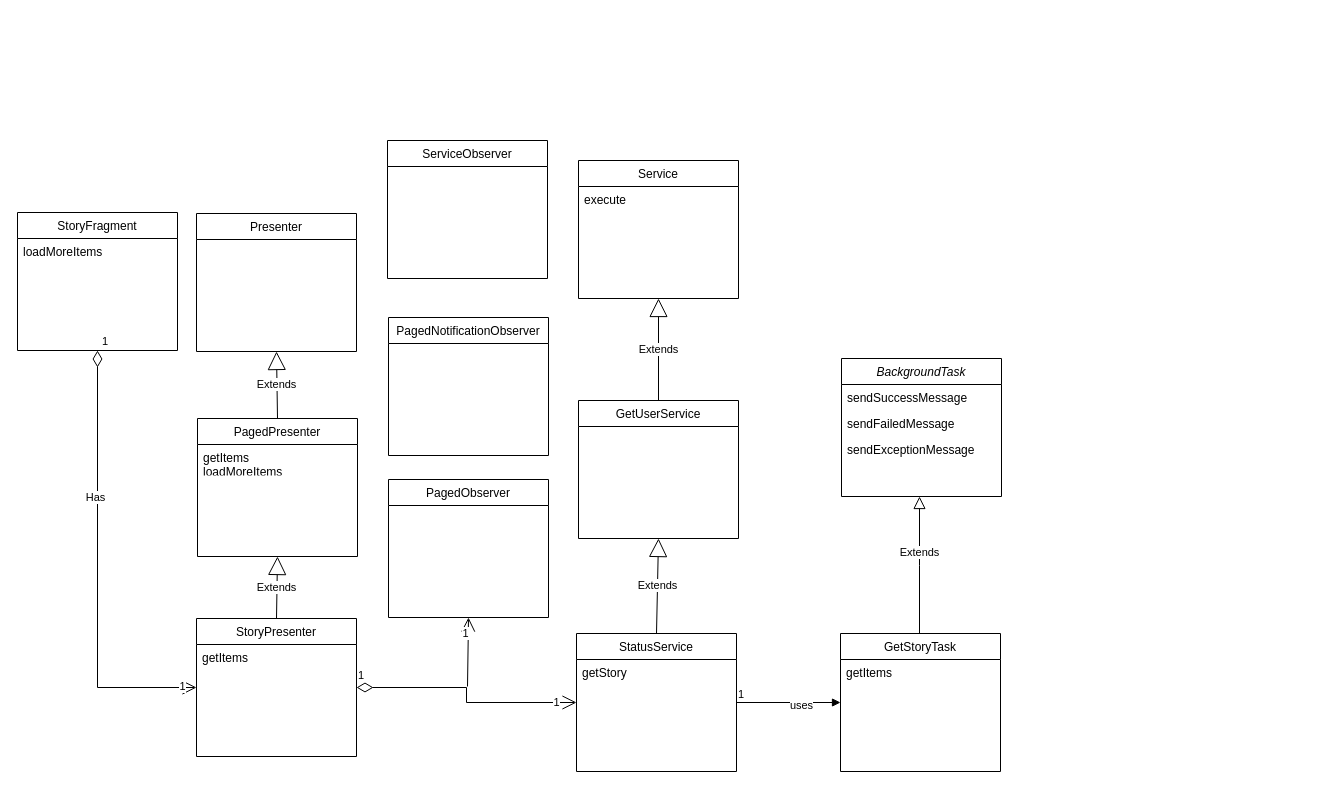
Earlier version of the draw.io diagram page "Page-1" (1 of 2) of Milestone2.drawio (GitLlamma/UML_Diagrams). Source tidied: cells renumbered, new cells numbered last; positions are measured from the earlier drawing's top-left corner, leaving out a move shared by most shapes. Both pictures are drawn from the tidied source at 100%, with x=0, y=0 at pixel (17, 140).
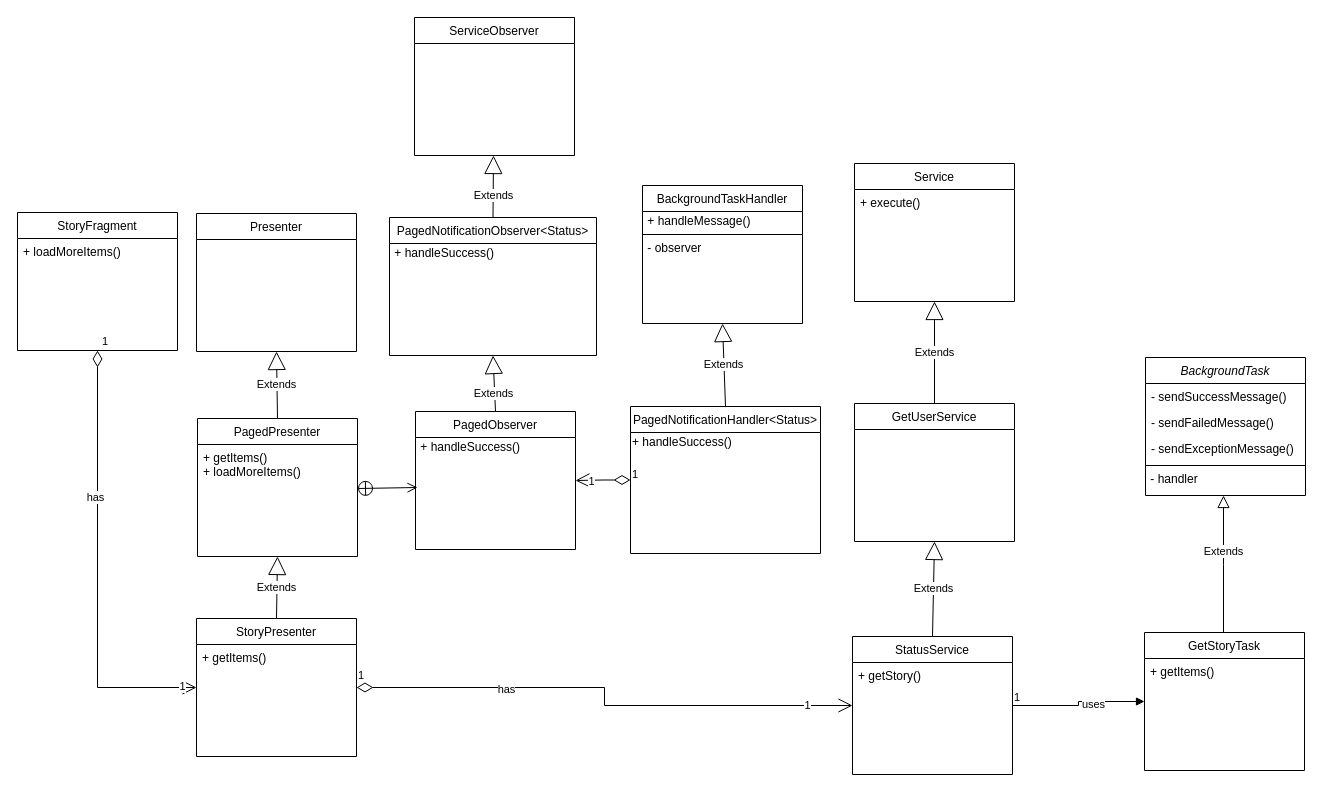
The same diagram, later.

Unchanged cells that the change refers to:
```xml
<mxCell id="15" value="StoryFragment" style="swimlane;fontStyle=0;align=center;verticalAlign=top;horizontal=1;startSize=26;rounded=0;shadow=0;strokeWidth=1;" parent="1" vertex="1">
  <mxGeometry y="72" width="160" height="138" as="geometry" />
</mxCell>
<mxCell id="17" value="StoryPresenter" style="swimlane;fontStyle=0;align=center;verticalAlign=top;horizontal=1;startSize=26;rounded=0;shadow=0;strokeWidth=1;" parent="1" vertex="1">
  <mxGeometry x="179" y="478" width="160" height="138" as="geometry" />
</mxCell>
<mxCell id="19" value="PagedPresenter" style="swimlane;fontStyle=0;align=center;verticalAlign=top;horizontal=1;startSize=26;rounded=0;shadow=0;strokeWidth=1;" parent="1" vertex="1">
  <mxGeometry x="180" y="278" width="160" height="138" as="geometry" />
</mxCell>
<mxCell id="24" value="1" style="endArrow=open;html=1;endSize=12;startArrow=diamondThin;startSize=14;startFill=0;edgeStyle=orthogonalEdgeStyle;align=left;verticalAlign=bottom;rounded=0;exitX=0.5;exitY=1;exitDx=0;exitDy=0;entryX=0;entryY=0.5;entryDx=0;entryDy=0;" parent="1" edge="1" source="15" target="17">
  <mxGeometry x="-1" y="3" relative="1" as="geometry" />
</mxCell>
<mxCell id="27" value="1" style="endArrow=open;html=1;endSize=12;startArrow=diamondThin;startSize=14;startFill=0;edgeStyle=orthogonalEdgeStyle;align=left;verticalAlign=bottom;rounded=0;entryX=0;entryY=0.5;entryDx=0;entryDy=0;exitX=1;exitY=0.5;exitDx=0;exitDy=0;" parent="1" edge="1" source="17" target="13">
  <mxGeometry x="-1" y="3" relative="1" as="geometry" />
</mxCell>
```

Change to the diagram source:
```diff
@@
     <mxCell id="2" value="BackgroundTask" style="swimlane;fontStyle=2;align=center;verticalAlign=top;horizontal=1;startSize=26;rounded=0;shadow=0;strokeWidth=1;" parent="1" vertex="1">
-      <mxGeometry x="824" y="218" width="160" height="138" as="geometry" />
+      <mxGeometry x="1128" y="217" width="160" height="138" as="geometry" />
     </mxCell>
-    <mxCell id="3" value="sendSuccessMessage" style="text;align=left;verticalAlign=top;spacingLeft=4;spacingRight=4;overflow=hidden;" parent="2" vertex="1">
+    <mxCell id="3" value="- sendSuccessMessage()" style="text;align=left;verticalAlign=top;spacingLeft=4;spacingRight=4;overflow=hidden;" parent="2" vertex="1">
       <mxGeometry y="26" width="160" height="26" as="geometry" />
     </mxCell>
-    <mxCell id="4" value="sendFailedMessage" style="text;align=left;verticalAlign=top;spacingLeft=4;spacingRight=4;overflow=hidden;rounded=0;shadow=0;html=0;" parent="2" vertex="1">
+    <mxCell id="4" value="- sendFailedMessage()" style="text;align=left;verticalAlign=top;spacingLeft=4;spacingRight=4;overflow=hidden;rounded=0;shadow=0;html=0;" parent="2" vertex="1">
       <mxGeometry y="52" width="160" height="26" as="geometry" />
     </mxCell>
-    <mxCell id="5" value="sendExceptionMessage" style="text;align=left;verticalAlign=top;spacingLeft=4;spacingRight=4;overflow=hidden;rounded=0;shadow=0;html=0;" parent="2" vertex="1">
+    <mxCell id="5" value="- sendExceptionMessage()" style="text;align=left;verticalAlign=top;spacingLeft=4;spacingRight=4;overflow=hidden;rounded=0;shadow=0;html=0;" parent="2" vertex="1">
       <mxGeometry y="78" width="160" height="26" as="geometry" />
     </mxCell>
+    <mxCell id="39" style="line;strokeWidth=1;fillColor=none;align=left;verticalAlign=middle;spacingTop=-1;spacingLeft=3;spacingRight=3;labelPosition=right;" parent="2" vertex="1">
+      <mxGeometry y="104" width="160" height="8" as="geometry" />
+    </mxCell>
+    <mxCell id="40" value="&amp;nbsp;- handler" style="text;html=1;align=left;verticalAlign=middle;strokeColor=none;fillColor=none;" parent="2" vertex="1">
+      <mxGeometry y="112" width="160" height="19" as="geometry" />
+    </mxCell>
     <mxCell id="6" value="GetStoryTask" style="swimlane;fontStyle=0;align=center;verticalAlign=top;horizontal=1;startSize=26;rounded=0;shadow=0;strokeWidth=1;" parent="1" vertex="1">
-      <mxGeometry x="823" y="493" width="160" height="138" as="geometry" />
+      <mxGeometry x="1127" y="492" width="160" height="138" as="geometry" />
     </mxCell>
-    <mxCell id="7" value="getItems" style="text;align=left;verticalAlign=top;spacingLeft=4;spacingRight=4;overflow=hidden;" parent="6" vertex="1">
+    <mxCell id="7" value="+ getItems()" style="text;align=left;verticalAlign=top;spacingLeft=4;spacingRight=4;overflow=hidden;" parent="6" vertex="1">
       <mxGeometry y="26" width="160" height="26" as="geometry" />
     </mxCell>
     <mxCell id="8" style="endArrow=block;endSize=10;endFill=0;shadow=0;strokeWidth=1;rounded=0;edgeStyle=elbowEdgeStyle;elbow=vertical;" parent="1" edge="1" source="6" target="2">
       <mxGeometry relative="1" as="geometry">
         <Array as="points">
-          <mxPoint x="902" y="425" />
+          <mxPoint x="1206" y="424" />
         </Array>
       </mxGeometry>
     </mxCell>
@@
     <mxCell id="10" value="Service&#10;" style="swimlane;fontStyle=0;align=center;verticalAlign=top;horizontal=1;startSize=26;rounded=0;shadow=0;strokeWidth=1;" parent="1" vertex="1">
-      <mxGeometry x="561" y="20" width="160" height="138" as="geometry" />
+      <mxGeometry x="837" y="23" width="160" height="138" as="geometry" />
     </mxCell>
-    <mxCell id="11" value="execute" style="text;align=left;verticalAlign=top;spacingLeft=4;spacingRight=4;overflow=hidden;" parent="10" vertex="1">
+    <mxCell id="11" value="+ execute()" style="text;align=left;verticalAlign=top;spacingLeft=4;spacingRight=4;overflow=hidden;" parent="10" vertex="1">
       <mxGeometry y="26" width="160" height="26" as="geometry" />
     </mxCell>
     <mxCell id="12" value="GetUserService" style="swimlane;fontStyle=0;align=center;verticalAlign=top;horizontal=1;startSize=26;rounded=0;shadow=0;strokeWidth=1;" parent="1" vertex="1">
-      <mxGeometry x="561" y="260" width="160" height="138" as="geometry" />
+      <mxGeometry x="837" y="263" width="160" height="138" as="geometry" />
     </mxCell>
     <mxCell id="13" value="StatusService&#10;" style="swimlane;fontStyle=0;align=center;verticalAlign=top;horizontal=1;startSize=26;rounded=0;shadow=0;strokeWidth=1;" parent="1" vertex="1">
-      <mxGeometry x="559" y="493" width="160" height="138" as="geometry" />
+      <mxGeometry x="835" y="496" width="160" height="138" as="geometry" />
     </mxCell>
-    <mxCell id="14" value="getStory" style="text;align=left;verticalAlign=top;spacingLeft=4;spacingRight=4;overflow=hidden;" parent="13" vertex="1">
+    <mxCell id="14" value="+ getStory()" style="text;align=left;verticalAlign=top;spacingLeft=4;spacingRight=4;overflow=hidden;" parent="13" vertex="1">
       <mxGeometry y="26" width="160" height="26" as="geometry" />
     </mxCell>
@@
-    <mxCell id="16" value="loadMoreItems" style="text;align=left;verticalAlign=top;spacingLeft=4;spacingRight=4;overflow=hidden;" parent="15" vertex="1">
+    <mxCell id="16" value="+ loadMoreItems()" style="text;align=left;verticalAlign=top;spacingLeft=4;spacingRight=4;overflow=hidden;" parent="15" vertex="1">
       <mxGeometry y="26" width="160" height="26" as="geometry" />
     </mxCell>
@@
-    <mxCell id="18" value="getItems" style="text;align=left;verticalAlign=top;spacingLeft=4;spacingRight=4;overflow=hidden;" parent="17" vertex="1">
+    <mxCell id="18" value="+ getItems()" style="text;align=left;verticalAlign=top;spacingLeft=4;spacingRight=4;overflow=hidden;" parent="17" vertex="1">
       <mxGeometry y="26" width="160" height="26" as="geometry" />
     </mxCell>
@@
-    <mxCell id="20" value="getItems&#10;loadMoreItems" style="text;align=left;verticalAlign=top;spacingLeft=4;spacingRight=4;overflow=hidden;" parent="19" vertex="1">
-      <mxGeometry y="26" width="160" height="26" as="geometry" />
+    <mxCell id="20" value="+ getItems()&#10;+ loadMoreItems()" style="text;align=left;verticalAlign=top;spacingLeft=4;spacingRight=4;overflow=hidden;" parent="19" vertex="1">
+      <mxGeometry y="26" width="160" height="41" as="geometry" />
     </mxCell>
@@
-    <mxCell id="25" value="Has" style="edgeLabel;html=1;align=center;verticalAlign=middle;" parent="24" vertex="1">
+    <mxCell id="25" value="has" style="edgeLabel;html=1;align=center;verticalAlign=middle;" parent="24" vertex="1">
       <mxGeometry x="-0.33" y="-3" relative="1" as="geometry" />
     </mxCell>
@@
+    <mxCell id="41" value="has" style="edgeLabel;html=1;align=center;verticalAlign=middle;" parent="27" vertex="1">
+      <mxGeometry x="-0.42" y="-1" relative="1" as="geometry" />
+    </mxCell>
@@
     <mxCell id="34" value="ServiceObserver" style="swimlane;fontStyle=0;align=center;verticalAlign=top;horizontal=1;startSize=26;rounded=0;shadow=0;strokeWidth=1;" parent="1" vertex="1">
-      <mxGeometry x="370" width="160" height="138" as="geometry" />
+      <mxGeometry x="397" y="-123" width="160" height="138" as="geometry" />
     </mxCell>
-    <mxCell id="35" value="PagedNotificationObserver" style="swimlane;fontStyle=0;align=center;verticalAlign=top;horizontal=1;startSize=26;rounded=0;shadow=0;strokeWidth=1;" parent="1" vertex="1">
-      <mxGeometry x="371" y="177" width="160" height="138" as="geometry" />
+    <mxCell id="35" value="PagedNotificationObserver&lt;Status&gt;" style="swimlane;fontStyle=0;align=center;verticalAlign=top;horizontal=1;startSize=26;rounded=0;shadow=0;strokeWidth=1;" parent="1" vertex="1">
+      <mxGeometry x="372" y="77" width="207" height="138" as="geometry" />
     </mxCell>
+    <mxCell id="42" value="&amp;nbsp;+ handleSuccess()" style="text;html=1;align=left;verticalAlign=middle;strokeColor=none;fillColor=none;" parent="35" vertex="1">
+      <mxGeometry y="26" width="207" height="19" as="geometry" />
+    </mxCell>
     <mxCell id="36" value="PagedObserver" style="swimlane;fontStyle=0;align=center;verticalAlign=top;horizontal=1;startSize=26;rounded=0;shadow=0;strokeWidth=1;" parent="1" vertex="1">
-      <mxGeometry x="371" y="339" width="160" height="138" as="geometry" />
+      <mxGeometry x="398" y="271" width="160" height="138" as="geometry" />
     </mxCell>
-    <mxCell id="37" style="endArrow=open;endFill=1;endSize=12;html=1;rounded=0;entryX=0.5;entryY=1;entryDx=0;entryDy=0;" parent="1" edge="1" target="36">
-      <mxGeometry relative="1" as="geometry">
-        <mxPoint x="450" y="546" as="sourcePoint" />
-      </mxGeometry>
-    </mxCell>
+    <mxCell id="43" value="&amp;nbsp;+ handleSuccess()" style="text;html=1;align=left;verticalAlign=middle;strokeColor=none;fillColor=none;" parent="36" vertex="1">
+      <mxGeometry y="26" width="160" height="19" as="geometry" />
+    </mxCell>
+    <mxCell id="44" value="Extends" style="endArrow=block;endSize=16;endFill=0;html=1;rounded=0;exitX=0.5;exitY=0;exitDx=0;exitDy=0;entryX=0.5;entryY=1;entryDx=0;entryDy=0;" parent="1" edge="1" source="36" target="35">
+      <mxGeometry x="-0.36" y="1" relative="1" as="geometry" />
+    </mxCell>
+    <mxCell id="45" value="Extends" style="endArrow=block;endSize=16;endFill=0;html=1;rounded=0;exitX=0.5;exitY=0;exitDx=0;exitDy=0;" parent="1" edge="1" source="35">
+      <mxGeometry x="-0.29" relative="1" as="geometry">
+        <mxPoint x="476" y="15" as="targetPoint" />
+      </mxGeometry>
+    </mxCell>
+    <mxCell id="46" style="endArrow=open;startArrow=circlePlus;endFill=0;startFill=0;endSize=8;html=1;rounded=0;" parent="1" edge="1">
+      <mxGeometry relative="1" as="geometry">
+        <mxPoint x="340" y="348" as="sourcePoint" />
+        <mxPoint x="400" y="347" as="targetPoint" />
+      </mxGeometry>
+    </mxCell>
+    <mxCell id="47" value="BackgroundTaskHandler" style="swimlane;fontStyle=0;align=center;verticalAlign=top;horizontal=1;startSize=26;rounded=0;shadow=0;strokeWidth=1;" parent="1" vertex="1">
+      <mxGeometry x="625" y="45" width="160" height="138" as="geometry" />
+    </mxCell>
+    <mxCell id="48" value="&amp;nbsp;+ handleMessage()" style="text;html=1;align=left;verticalAlign=middle;strokeColor=none;fillColor=none;" parent="47" vertex="1">
+      <mxGeometry y="26" width="160" height="19" as="geometry" />
+    </mxCell>
+    <mxCell id="49" style="line;strokeWidth=1;fillColor=none;align=left;verticalAlign=middle;spacingTop=-1;spacingLeft=3;spacingRight=3;labelPosition=right;" parent="47" vertex="1">
+      <mxGeometry y="45" width="160" height="8" as="geometry" />
+    </mxCell>
+    <mxCell id="50" value="&amp;nbsp;- observer" style="text;html=1;align=left;verticalAlign=middle;strokeColor=none;fillColor=none;" parent="47" vertex="1">
+      <mxGeometry y="53" width="160" height="19" as="geometry" />
+    </mxCell>
+    <mxCell id="51" value="PagedNotificationHandler&lt;Status&gt;" style="swimlane;fontStyle=0;align=center;verticalAlign=top;horizontal=1;startSize=26;rounded=0;shadow=0;strokeWidth=1;" parent="1" vertex="1">
+      <mxGeometry x="613" y="266" width="190" height="147" as="geometry" />
+    </mxCell>
+    <mxCell id="52" value="+ handleSuccess()" style="text;html=1;align=left;verticalAlign=middle;strokeColor=none;fillColor=none;" parent="51" vertex="1">
+      <mxGeometry y="26" width="190" height="19" as="geometry" />
+    </mxCell>
+    <mxCell id="53" value="1" style="endArrow=open;html=1;endSize=12;startArrow=diamondThin;startSize=14;startFill=0;edgeStyle=orthogonalEdgeStyle;align=left;verticalAlign=bottom;rounded=0;exitX=0;exitY=0.5;exitDx=0;exitDy=0;entryX=1;entryY=0.5;entryDx=0;entryDy=0;" parent="1" edge="1" source="51" target="36">
+      <mxGeometry x="-1" y="3" relative="1" as="geometry" />
+    </mxCell>
-    <mxCell id="38" value="1" style="edgeLabel;html=1;align=center;verticalAlign=middle;" parent="37" vertex="1">
-      <mxGeometry x="0.54" y="3" relative="1" as="geometry" />
+    <mxCell id="38" value="1" style="edgeLabel;html=1;align=center;verticalAlign=middle;" parent="53" vertex="1">
+      <mxGeometry x="0.44" relative="1" as="geometry" />
     </mxCell>
+    <mxCell id="54" value="Extends" style="endArrow=block;endSize=16;endFill=0;html=1;rounded=0;exitX=0.5;exitY=0;exitDx=0;exitDy=0;entryX=0.5;entryY=1;entryDx=0;entryDy=0;" parent="1" edge="1" source="51" target="47">
+      <mxGeometry relative="1" as="geometry" />
+    </mxCell>
```
